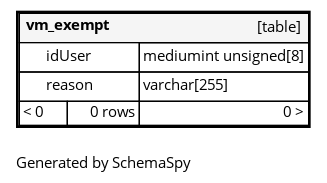
FAForever/db keeps this Graphviz diagram as diagrams/tables/vm_exempt.1degree.png. Above is the earlier version. Its source is kept beside it as diagrams/tables/vm_exempt.1degree.dot.
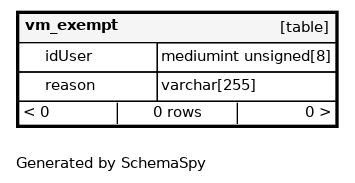
After the change.

The edit, as a diff of the source:
```diff
@@ -1,12 +1,12 @@
 digraph "oneDegreeRelationshipsDiagram" {
-  graph [    rankdir="RL"    bgcolor="#ffffff"    label="\nGenerated by SchemaSpy"    labeljust="l"    nodesep="0.18"    ranksep="0.46"    fontname="Helvetica"    fontsize="11"    ration="compress"  ];  node [    fontname="Helvetica"    fontsize="11"    shape="plaintext"  ];  edge [    arrowsize="0.8"  ];
+  graph [    rankdir="RL"    bgcolor="#ffffff"    label="\nGenerated by SchemaSpy"    labeljust="l"    nodesep="0.18"    ranksep="0.46"    fontname="Helvetica"    fontsize="11"    packmode="graph"  ];  node [    fontname="Helvetica"    fontsize="11"    shape="plaintext"  ];  edge [    arrowsize="0.8"  ];
   "vm_exempt" [
    label=<
     <TABLE BORDER="2" CELLBORDER="1" CELLSPACING="0" BGCOLOR="#ffffff">
-      <TR><TD COLSPAN="4"  BGCOLOR="#f5f5f5"><TABLE BORDER="0" CELLSPACING="0"><TR><TD ALIGN="LEFT" FIXEDSIZE="TRUE" WIDTH="69" HEIGHT="16"><B>vm_exempt</B></TD><TD ALIGN="RIGHT">[table]</TD></TR></TABLE></TD></TR>
-      <TR><TD PORT="idUser" COLSPAN="2" BGCOLOR="#ffffff" ALIGN="LEFT"><TABLE BORDER="0" CELLSPACING="0" ALIGN="LEFT"><TR ALIGN="LEFT"><TD ALIGN="LEFT" FIXEDSIZE="TRUE" WIDTH="15" HEIGHT="16"></TD><TD ALIGN="LEFT" FIXEDSIZE="TRUE" WIDTH="69" HEIGHT="16">idUser</TD></TR></TABLE></TD><TD PORT="idUser.type" ALIGN="LEFT">mediumint unsigned[8]</TD></TR>
-      <TR><TD PORT="reason" COLSPAN="2" ALIGN="LEFT"><TABLE BORDER="0" CELLSPACING="0" ALIGN="LEFT"><TR ALIGN="LEFT"><TD ALIGN="LEFT" FIXEDSIZE="TRUE" WIDTH="15" HEIGHT="16"></TD><TD ALIGN="LEFT" FIXEDSIZE="TRUE" WIDTH="69" HEIGHT="16">reason</TD></TR></TABLE></TD><TD PORT="reason.type" ALIGN="LEFT">varchar[255]</TD></TR>
-      <TR><TD ALIGN="LEFT" BGCOLOR="#ffffff">&lt; 0</TD><TD ALIGN="RIGHT" BGCOLOR="#ffffff">0 rows</TD><TD ALIGN="RIGHT" BGCOLOR="#ffffff">0 &gt;</TD></TR>
+      <TR><TD COLSPAN="4"  BGCOLOR="#f5f5f5"><TABLE BORDER="0" CELLSPACING="0"><TR><TD ALIGN="LEFT" FIXEDSIZE="TRUE" WIDTH="83" HEIGHT="16"><B>vm_exempt</B></TD><TD ALIGN="RIGHT">[table]</TD></TR></TABLE></TD></TR>
+      <TR><TD PORT="idUser" COLSPAN="2" BGCOLOR="#ffffff" ALIGN="LEFT"><TABLE BORDER="0" CELLSPACING="0" ALIGN="LEFT"><TR ALIGN="LEFT"><TD ALIGN="LEFT" FIXEDSIZE="TRUE" WIDTH="15" HEIGHT="16"></TD><TD ALIGN="LEFT" FIXEDSIZE="TRUE" WIDTH="83" HEIGHT="16">idUser</TD></TR></TABLE></TD><TD PORT="idUser.type" ALIGN="LEFT">mediumint unsigned[8]</TD></TR>
+      <TR><TD PORT="reason" COLSPAN="2" ALIGN="LEFT"><TABLE BORDER="0" CELLSPACING="0" ALIGN="LEFT"><TR ALIGN="LEFT"><TD ALIGN="LEFT" FIXEDSIZE="TRUE" WIDTH="15" HEIGHT="16"></TD><TD ALIGN="LEFT" FIXEDSIZE="TRUE" WIDTH="83" HEIGHT="16">reason</TD></TR></TABLE></TD><TD PORT="reason.type" ALIGN="LEFT">varchar[255]</TD></TR>
+      <TR><TD ALIGN="LEFT" CELLPADDING="0" BGCOLOR="#ffffff" COLSPAN="4" ><TABLE BORDER="0" CELLBORDER="0" CELLSPACING="0"><TR><TD ALIGN="LEFT" BGCOLOR="#ffffff">&lt; 0</TD><VR/><TD ALIGN="CENTER" BGCOLOR="#ffffff">0 rows</TD><VR/><TD ALIGN="RIGHT" BGCOLOR="#ffffff">0 &gt;</TD></TR></TABLE></TD></TR>
     </TABLE>>
     URL="vm_exempt.html"
     target="_top"
```
